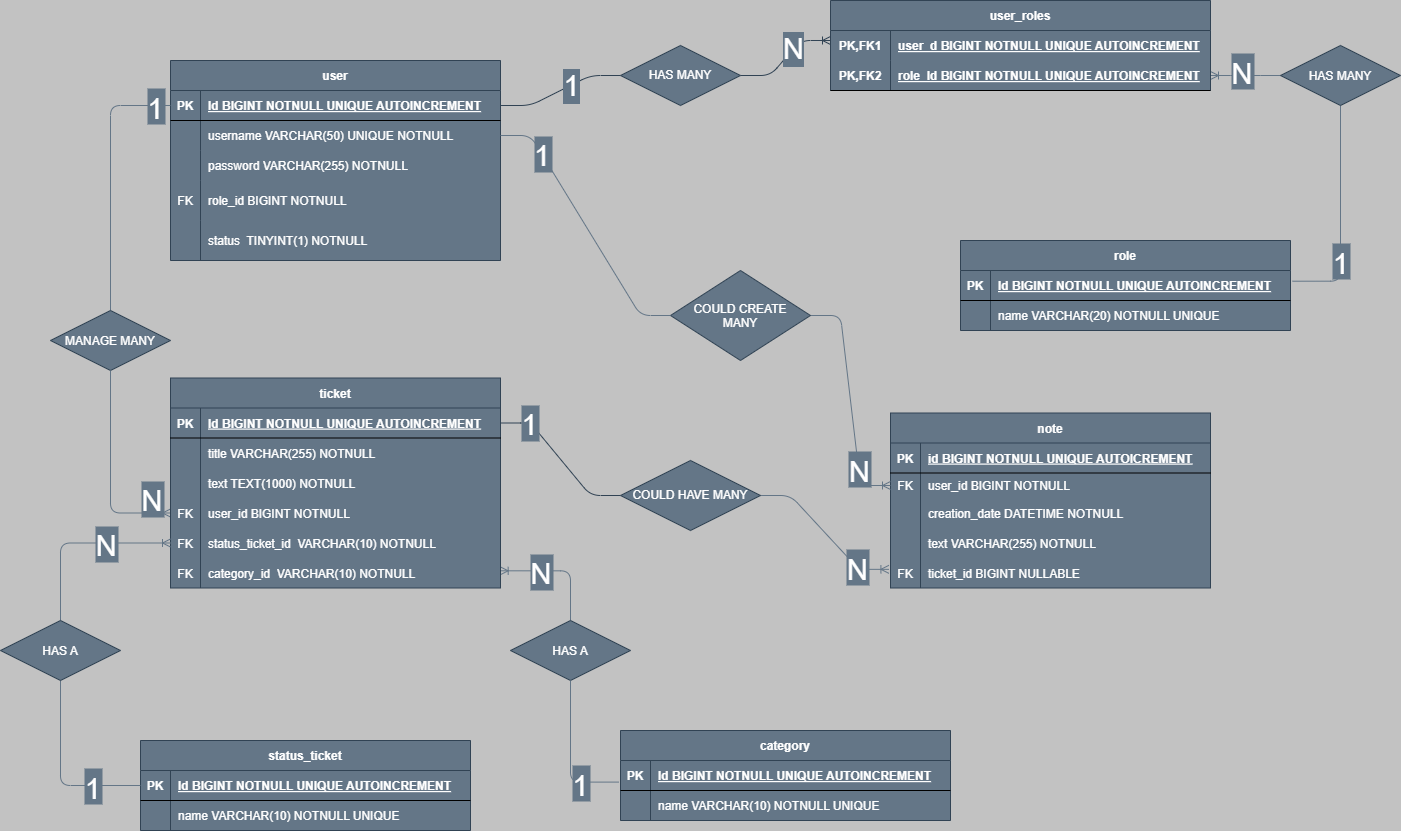
The draw.io diagram E-R_scheme.png in vincenzo-adami/ticket-platform, before a commit. Source tidied: cells renumbered, new cells last; positions are measured from the earlier drawing's top-left corner, leaving out a move shared by most shapes.
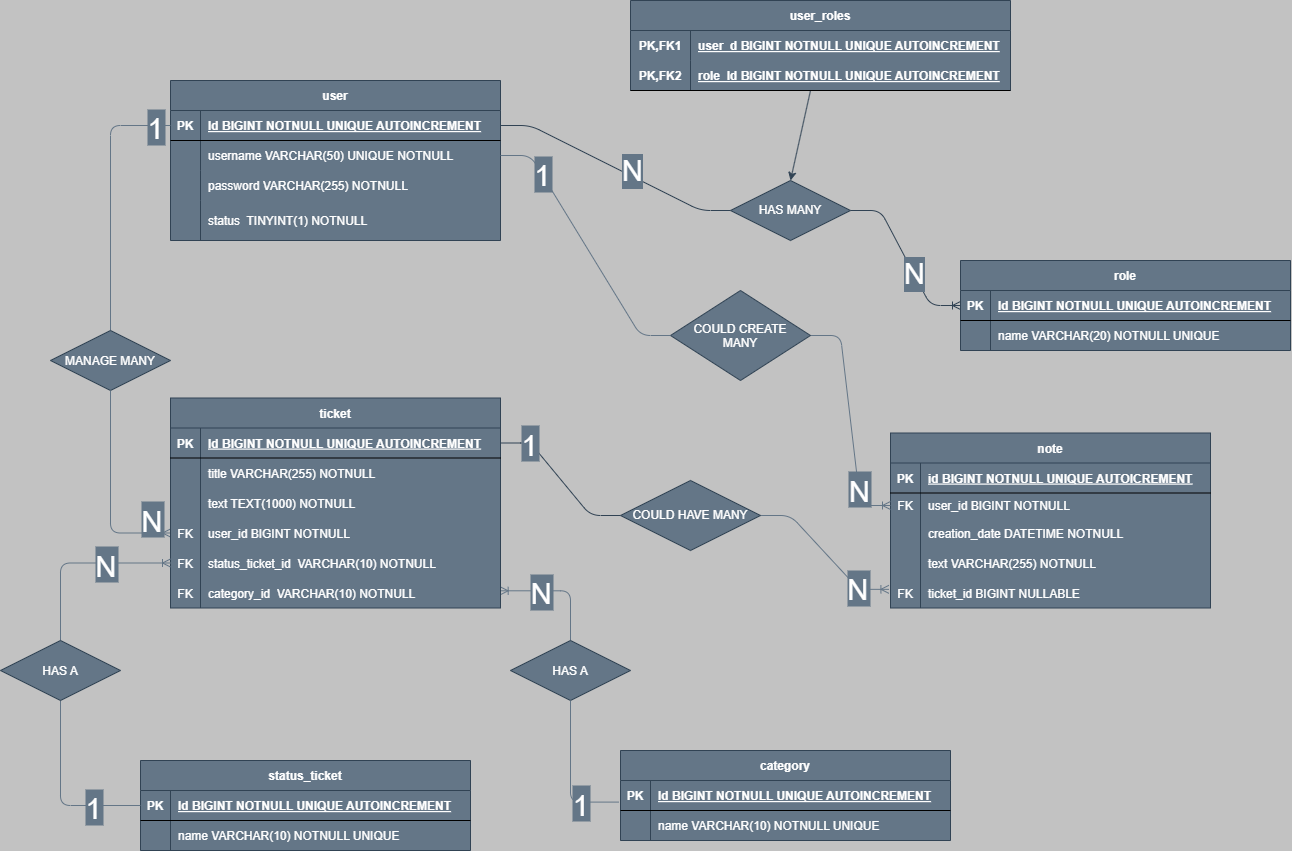
After the change.

Commit message:
EDIT: correct MtoM rappresentation in the scheme

Change to the diagram source:
```diff
@@ -57,7 +57,7 @@
       <mxGeometry x="0.59" y="1" relative="1" as="geometry" />
     </mxCell>
     <mxCell id="20" value="user" style="shape=table;startSize=30;rowLines=0;fontStyle=1;align=center;labelBackgroundColor=none;swimlaneFillColor=#647687;fillColor=#647687;strokeColor=#314354;fontColor=#FFFFFF;" parent="1" vertex="1">
-      <mxGeometry x="170" y="60" width="330" height="200" as="geometry" />
+      <mxGeometry x="170" y="60" width="330" height="160" as="geometry" />
     </mxCell>
     <mxCell id="21" style="shape=tableRow;horizontal=0;startSize=0;swimlaneHead=0;swimlaneBody=0;fillColor=none;points=[[0,0.5],[1,0.5]];portConstraint=eastwest;top=0;left=0;right=0;bottom=1;labelBackgroundColor=none;fontColor=#FFFFFF;" parent="20" vertex="1">
       <mxGeometry y="30" width="330" height="30" as="geometry" />
@@ -86,17 +86,8 @@
     <mxCell id="29" value="password VARCHAR(255) NOTNULL" style="shape=partialRectangle;fillColor=none;top=0;left=0;bottom=0;right=0;align=left;spacingLeft=6;overflow=hidden;labelBackgroundColor=none;fontColor=#FFFFFF;" parent="27" vertex="1">
       <mxGeometry x="30" width="300" height="30" as="geometry" />
     </mxCell>
-    <mxCell id="30" style="shape=tableRow;horizontal=0;startSize=0;swimlaneHead=0;swimlaneBody=0;fillColor=none;top=0;left=0;right=0;bottom=0;labelBackgroundColor=none;fontColor=#FFFFFF;" parent="20" vertex="1">
-      <mxGeometry y="120" width="330" height="40" as="geometry" />
-    </mxCell>
-    <mxCell id="31" value="FK" style="shape=partialRectangle;fillColor=none;top=0;left=0;bottom=0;right=0;overflow=hidden;labelBackgroundColor=none;fontColor=#FFFFFF;" parent="30" vertex="1">
-      <mxGeometry width="30" height="40" as="geometry" />
-    </mxCell>
-    <mxCell id="32" value="role_id BIGINT NOTNULL" style="shape=partialRectangle;fillColor=none;top=0;left=0;bottom=0;right=0;align=left;spacingLeft=6;overflow=hidden;labelBackgroundColor=none;fontColor=#FFFFFF;" parent="30" vertex="1">
-      <mxGeometry x="30" width="300" height="40" as="geometry" />
-    </mxCell>
     <mxCell id="33" style="shape=tableRow;horizontal=0;startSize=0;swimlaneHead=0;swimlaneBody=0;fillColor=none;top=0;left=0;right=0;bottom=0;labelBackgroundColor=none;fontColor=#FFFFFF;" parent="20" vertex="1">
-      <mxGeometry y="160" width="330" height="40" as="geometry" />
+      <mxGeometry y="120" width="330" height="40" as="geometry" />
     </mxCell>
     <mxCell id="34" style="shape=partialRectangle;fillColor=none;top=0;left=0;bottom=0;right=0;overflow=hidden;labelBackgroundColor=none;fontColor=#FFFFFF;" parent="33" vertex="1">
       <mxGeometry width="30" height="40" as="geometry" />
@@ -122,22 +113,6 @@
     <mxCell id="41" value="MANAGE MANY" style="shape=rhombus;perimeter=rhombusPerimeter;align=center;labelBackgroundColor=none;fontColor=#FFFFFF;fillColor=#647687;strokeColor=#314354;" parent="1" vertex="1">
       <mxGeometry x="50" y="310" width="120" height="60" as="geometry" />
     </mxCell>
-    <mxCell id="42" style="edgeStyle=entityRelationEdgeStyle;fontSize=12;endArrow=ERoneToMany;exitX=0;exitY=0.5;exitDx=0;exitDy=0;startArrow=none;labelBackgroundColor=none;fontColor=#FFFFFF;strokeColor=#647687;entryX=1;entryY=0.5;entryDx=0;entryDy=0;" parent="1" edge="1" source="64" target="96">
-      <mxGeometry relative="1" as="geometry" />
-    </mxCell>
-    <mxCell id="43" value="N" style="edgeLabel;align=center;verticalAlign=middle;fontSize=29;labelBackgroundColor=#647687;fontColor=#FFFFFF;" parent="42" vertex="1">
-      <mxGeometry x="0.38" y="-1" relative="1" as="geometry">
-        <mxPoint x="10" y="-4" as="offset" />
-      </mxGeometry>
-    </mxCell>
-    <mxCell id="44" style="edgeStyle=orthogonalEdgeStyle;fontSize=12;endArrow=none;entryX=0.5;entryY=1;entryDx=0;entryDy=0;exitX=1.006;exitY=0.357;exitDx=0;exitDy=0;labelBackgroundColor=none;fontColor=#FFFFFF;strokeColor=#647687;exitPerimeter=0;" parent="1" edge="1" source="58" target="64">
-      <mxGeometry relative="1" as="geometry" />
-    </mxCell>
-    <mxCell id="45" value="1" style="edgeLabel;align=center;verticalAlign=middle;fontSize=29;labelBackgroundColor=#647687;fontColor=#FFFFFF;" parent="44" vertex="1">
-      <mxGeometry x="-0.66" y="-1" relative="1" as="geometry">
-        <mxPoint x="10" y="-22" as="offset" />
-      </mxGeometry>
-    </mxCell>
     <mxCell id="46" value="category" style="shape=table;startSize=30;rowLines=0;fontStyle=1;align=center;labelBackgroundColor=none;fontColor=#ffffff;fillColor=#647687;strokeColor=#314354;swimlaneFillColor=#647687;" parent="1" vertex="1">
       <mxGeometry x="620" y="730" width="330" height="90" as="geometry" />
     </mxCell>
@@ -198,9 +173,6 @@
     <mxCell id="63" value="name VARCHAR(20) NOTNULL UNIQUE" style="shape=partialRectangle;fillColor=none;top=0;left=0;bottom=0;right=0;align=left;spacingLeft=6;overflow=hidden;labelBackgroundColor=none;fontColor=#FFFFFF;" parent="61" vertex="1">
       <mxGeometry x="30" width="300" height="30" as="geometry" />
     </mxCell>
-    <mxCell id="64" value="HAS MANY" style="shape=rhombus;perimeter=rhombusPerimeter;align=center;labelBackgroundColor=none;fontColor=#ffffff;fillColor=#647687;strokeColor=#314354;" parent="1" vertex="1">
-      <mxGeometry x="1280" y="45" width="120" height="60" as="geometry" />
-    </mxCell>
     <mxCell id="65" value="ticket" style="shape=table;startSize=30;rowLines=0;fontStyle=1;align=center;labelBackgroundColor=none;fontColor=#ffffff;fillColor=#647687;strokeColor=#314354;swimlaneFillColor=#647687;" parent="1" vertex="1">
       <mxGeometry x="170" y="377.5" width="330" height="210" as="geometry" />
     </mxCell>
@@ -282,8 +254,11 @@
     <mxCell id="91" value="1" style="edgeLabel;align=center;verticalAlign=middle;fontSize=29;labelBackgroundColor=#647687;fontColor=#FFFFFF;" parent="90" vertex="1">
       <mxGeometry x="-0.62" y="1" relative="1" as="geometry" />
     </mxCell>
+    <mxCell id="116" style="edgeStyle=none;html=1;entryX=0.5;entryY=0;entryDx=0;entryDy=0;fillColor=#647687;strokeColor=#314354;" parent="1" edge="1" source="92" target="103">
+      <mxGeometry relative="1" as="geometry" />
+    </mxCell>
     <mxCell id="92" value="user_roles" style="shape=table;startSize=30;rowLines=0;fontStyle=1;align=center;fillColor=#647687;fontColor=#FFFFFF;strokeColor=#314354;swimlaneFillColor=#647687;" parent="1" vertex="1">
-      <mxGeometry x="830" width="380" height="90" as="geometry" />
+      <mxGeometry x="630" y="-20" width="380" height="90" as="geometry" />
     </mxCell>
     <mxCell id="93" style="shape=tableRow;horizontal=0;startSize=0;swimlaneHead=0;swimlaneBody=0;fillColor=none;points=[[0,0.5],[1,0.5]];portConstraint=eastwest;top=0;left=0;right=0;bottom=0;" parent="92" vertex="1">
       <mxGeometry y="30" width="380" height="30" as="geometry" />
@@ -303,7 +278,7 @@
     <mxCell id="98" value="role_Id BIGINT NOTNULL UNIQUE AUTOINCREMENT" style="shape=partialRectangle;fillColor=none;top=0;left=0;bottom=0;right=0;align=left;spacingLeft=6;fontStyle=5;overflow=hidden;fontColor=#FFFFFF;" parent="96" vertex="1">
       <mxGeometry x="60" width="320" height="30" as="geometry" />
     </mxCell>
-    <mxCell id="99" style="edgeStyle=entityRelationEdgeStyle;fontSize=12;html=1;endArrow=ERoneToMany;fillColor=#647687;strokeColor=#314354;exitX=1;exitY=0.5;exitDx=0;exitDy=0;entryX=0;entryY=0.333;entryDx=0;entryDy=0;entryPerimeter=0;startArrow=none;" parent="1" edge="1" source="103" target="93">
+    <mxCell id="99" style="edgeStyle=entityRelationEdgeStyle;fontSize=12;html=1;endArrow=ERoneToMany;fillColor=#647687;strokeColor=#314354;exitX=1;exitY=0.5;exitDx=0;exitDy=0;entryX=0;entryY=0.5;entryDx=0;entryDy=0;startArrow=none;" parent="1" edge="1" source="103" target="58">
       <mxGeometry relative="1" as="geometry" />
     </mxCell>
     <mxCell id="100" value="N" style="edgeLabel;html=1;align=center;verticalAlign=middle;fontSize=29;labelBackgroundColor=#647687;fontColor=#FFFFFF;" parent="99" vertex="1">
@@ -312,13 +287,13 @@
     <mxCell id="101" style="edgeStyle=entityRelationEdgeStyle;fontSize=12;html=1;endArrow=none;fillColor=#647687;strokeColor=#314354;exitX=1;exitY=0.5;exitDx=0;exitDy=0;entryX=0;entryY=0.5;entryDx=0;entryDy=0;" parent="1" edge="1" source="21" target="103">
       <mxGeometry relative="1" as="geometry" />
     </mxCell>
-    <mxCell id="102" value="1" style="edgeLabel;html=1;align=center;verticalAlign=middle;labelBackgroundColor=#647687;fontSize=29;fontColor=#FFFFFF;" parent="101" vertex="1">
+    <mxCell id="102" value="N" style="edgeLabel;html=1;align=center;verticalAlign=middle;labelBackgroundColor=#647687;fontSize=29;fontColor=#FFFFFF;" parent="101" vertex="1">
       <mxGeometry x="0.08" y="2" relative="1" as="geometry">
         <mxPoint x="7" as="offset" />
       </mxGeometry>
     </mxCell>
     <mxCell id="103" value="HAS MANY" style="shape=rhombus;perimeter=rhombusPerimeter;whiteSpace=wrap;html=1;align=center;fillColor=#647687;fontColor=#ffffff;strokeColor=#314354;" parent="1" vertex="1">
-      <mxGeometry x="620" y="45" width="120" height="60" as="geometry" />
+      <mxGeometry x="730" y="160" width="120" height="60" as="geometry" />
     </mxCell>
     <mxCell id="104" value="status_ticket" style="shape=table;startSize=30;rowLines=0;fontStyle=1;align=center;labelBackgroundColor=none;fontColor=#ffffff;fillColor=#647687;strokeColor=#314354;swimlaneFillColor=#647687;" parent="1" vertex="1">
       <mxGeometry x="140" y="740" width="330" height="90" as="geometry" />
```
